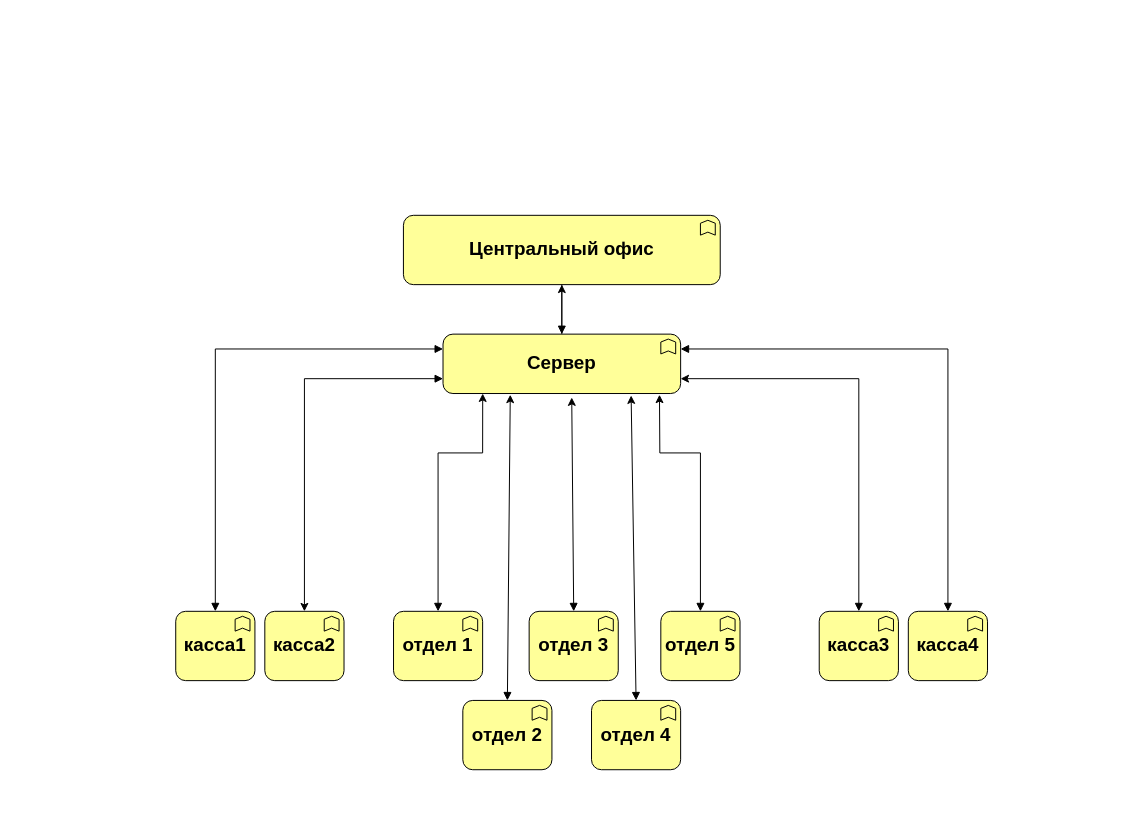
BadMax-Kirov/VKR keeps this draw.io diagram as Архитектура Компов.drawio. Above is the earlier version. Source tidied: cells renumbered, new cells numbered last; positions are measured from the earlier drawing's top-left corner, leaving out a move shared by most shapes. Both pictures are drawn from the tidied source at 99%, with x=0, y=0 at pixel (175, 215).
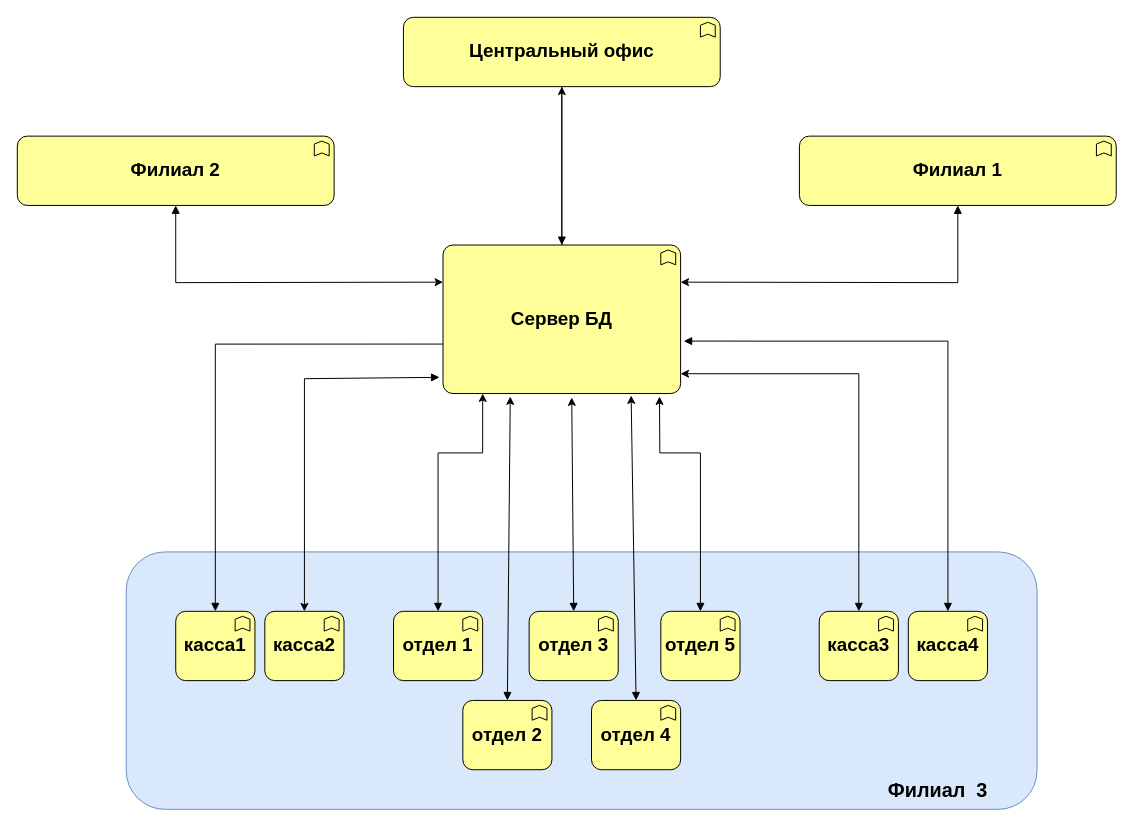
After the change.

Unchanged cells that the change refers to:
```xml
<mxCell id="5" value="&lt;font style=&quot;font-size: 19px&quot;&gt;&lt;b&gt;касса1&lt;br&gt;&lt;/b&gt;&lt;/font&gt;" style="html=1;whiteSpace=wrap;fillColor=#ffff99;shape=mxgraph.archimate3.application;appType=func;archiType=rounded;fontSize=14;" parent="1" vertex="1">
  <mxGeometry y="400" width="80" height="70" as="geometry" />
</mxCell>
<mxCell id="6" value="&lt;font style=&quot;font-size: 19px&quot;&gt;&lt;b&gt;касса2&lt;br&gt;&lt;/b&gt;&lt;/font&gt;" style="html=1;whiteSpace=wrap;fillColor=#ffff99;shape=mxgraph.archimate3.application;appType=func;archiType=rounded;fontSize=14;" parent="1" vertex="1">
  <mxGeometry x="90" y="400" width="80" height="70" as="geometry" />
</mxCell>
<mxCell id="15" value="&lt;font style=&quot;font-size: 19px&quot;&gt;&lt;b&gt;касса3&lt;br&gt;&lt;/b&gt;&lt;/font&gt;" style="html=1;whiteSpace=wrap;fillColor=#ffff99;shape=mxgraph.archimate3.application;appType=func;archiType=rounded;fontSize=14;" parent="1" vertex="1">
  <mxGeometry x="650" y="400" width="80" height="70" as="geometry" />
</mxCell>
<mxCell id="16" value="&lt;font style=&quot;font-size: 19px&quot;&gt;&lt;b&gt;касса4&lt;br&gt;&lt;/b&gt;&lt;/font&gt;" style="html=1;whiteSpace=wrap;fillColor=#ffff99;shape=mxgraph.archimate3.application;appType=func;archiType=rounded;fontSize=14;" parent="1" vertex="1">
  <mxGeometry x="740" y="400" width="80" height="70" as="geometry" />
</mxCell>
```

What changed in the source:
```diff
@@
+    <mxCell id="24" style="rounded=1;whiteSpace=wrap;html=1;fillColor=#dae8fc;strokeColor=#6c8ebf;" parent="1" vertex="1">
+      <mxGeometry x="-50" y="340" width="920" height="260" as="geometry" />
+    </mxCell>
@@
-    <mxCell id="3" style="edgeStyle=orthogonalEdgeStyle;rounded=0;jettySize=auto;html=1;endArrow=block;endFill=1;startArrow=block;startFill=1;exitX=0;exitY=0.25;exitDx=0;exitDy=0;exitPerimeter=0;" parent="1" edge="1" source="4" target="5">
+    <mxCell id="3" style="edgeStyle=orthogonalEdgeStyle;rounded=0;jettySize=auto;html=1;endArrow=block;endFill=1;startArrow=block;startFill=1;exitX=0.042;exitY=0.667;exitDx=0;exitDy=0;exitPerimeter=0;" parent="1" edge="1" source="4" target="5">
       <mxGeometry relative="1" as="geometry" />
     </mxCell>
-    <mxCell id="4" value="&lt;font style=&quot;font-size: 19px&quot;&gt;&lt;b&gt;Сервер&lt;br&gt;&lt;/b&gt;&lt;/font&gt;" style="html=1;whiteSpace=wrap;fillColor=#ffff99;shape=mxgraph.archimate3.application;appType=func;archiType=rounded;fontSize=14;" parent="1" vertex="1">
-      <mxGeometry x="270" y="120" width="240" height="60" as="geometry" />
+    <mxCell id="4" value="&lt;font style=&quot;font-size: 19px&quot;&gt;&lt;b&gt;Сервер БД&lt;br&gt;&lt;/b&gt;&lt;/font&gt;" style="html=1;whiteSpace=wrap;fillColor=#ffff99;shape=mxgraph.archimate3.application;appType=func;archiType=rounded;fontSize=14;" parent="1" vertex="1">
+      <mxGeometry x="270" y="30" width="240" height="150" as="geometry" />
     </mxCell>
@@
     <mxCell id="12" value="&lt;font style=&quot;font-size: 19px&quot;&gt;&lt;b&gt;Центральный офис&lt;br&gt;&lt;/b&gt;&lt;/font&gt;" style="html=1;whiteSpace=wrap;fillColor=#ffff99;shape=mxgraph.archimate3.application;appType=func;archiType=rounded;fontSize=14;" parent="1" vertex="1">
-      <mxGeometry x="230" width="320" height="70" as="geometry" />
+      <mxGeometry x="230" y="-200" width="320" height="70" as="geometry" />
     </mxCell>
@@
-    <mxCell id="14" style="endArrow=classic;html=1;rounded=0;startArrow=block;startFill=1;entryX=0.5;entryY=0;entryDx=0;entryDy=0;entryPerimeter=0;exitX=0;exitY=0.75;exitDx=0;exitDy=0;exitPerimeter=0;" parent="1" edge="1" source="4" target="6">
+    <mxCell id="14" style="endArrow=classic;html=1;rounded=0;startArrow=block;startFill=1;entryX=0.5;entryY=0;entryDx=0;entryDy=0;entryPerimeter=0;exitX=-0.015;exitY=0.891;exitDx=0;exitDy=0;exitPerimeter=0;" parent="1" edge="1" source="4" target="6">
       <mxGeometry relative="1" as="geometry">
         <Array as="points">
           <mxPoint x="130" y="165" />
         </Array>
       </mxGeometry>
     </mxCell>
@@
-    <mxCell id="22" style="endArrow=classic;html=1;exitX=0.5;exitY=0;exitDx=0;exitDy=0;exitPerimeter=0;entryX=1;entryY=0.75;entryDx=0;entryDy=0;entryPerimeter=0;startArrow=block;startFill=1;rounded=0;" parent="1" edge="1" source="15" target="4">
+    <mxCell id="22" style="endArrow=classic;html=1;exitX=0.5;exitY=0;exitDx=0;exitDy=0;exitPerimeter=0;startArrow=block;startFill=1;rounded=0;" parent="1" edge="1" source="15">
       <mxGeometry relative="1" as="geometry">
+        <mxPoint x="510" y="160" as="targetPoint" />
         <Array as="points">
-          <mxPoint x="690" y="165" />
+          <mxPoint x="690" y="160" />
         </Array>
       </mxGeometry>
     </mxCell>
-    <mxCell id="23" style="edgeStyle=orthogonalEdgeStyle;rounded=0;jettySize=auto;html=1;endArrow=block;endFill=1;startArrow=block;startFill=1;exitX=1;exitY=0.25;exitDx=0;exitDy=0;exitPerimeter=0;entryX=0.5;entryY=0;entryDx=0;entryDy=0;entryPerimeter=0;" parent="1" edge="1" source="4" target="16">
+    <mxCell id="23" style="edgeStyle=orthogonalEdgeStyle;rounded=0;jettySize=auto;html=1;endArrow=block;endFill=1;startArrow=block;startFill=1;exitX=1.013;exitY=0.647;exitDx=0;exitDy=0;exitPerimeter=0;entryX=0.5;entryY=0;entryDx=0;entryDy=0;entryPerimeter=0;" parent="1" edge="1" source="4" target="16">
       <mxGeometry relative="1" as="geometry" />
     </mxCell>
+    <mxCell id="25" value="&lt;font style=&quot;font-size: 19px&quot;&gt;&lt;b&gt;Филиал 1&lt;br&gt;&lt;/b&gt;&lt;/font&gt;" style="html=1;whiteSpace=wrap;fillColor=#ffff99;shape=mxgraph.archimate3.application;appType=func;archiType=rounded;fontSize=14;" parent="1" vertex="1">
+      <mxGeometry x="630" y="-80" width="320" height="70" as="geometry" />
+    </mxCell>
+    <mxCell id="26" value="&lt;font style=&quot;font-size: 19px&quot;&gt;&lt;b&gt;Филиал 2&lt;br&gt;&lt;/b&gt;&lt;/font&gt;" style="html=1;whiteSpace=wrap;fillColor=#ffff99;shape=mxgraph.archimate3.application;appType=func;archiType=rounded;fontSize=14;" parent="1" vertex="1">
+      <mxGeometry x="-160" y="-80" width="320" height="70" as="geometry" />
+    </mxCell>
+    <mxCell id="27" style="endArrow=classic;html=1;exitX=0.5;exitY=1;exitDx=0;exitDy=0;exitPerimeter=0;entryX=0;entryY=0.25;entryDx=0;entryDy=0;entryPerimeter=0;rounded=0;startArrow=block;startFill=1;" parent="1" edge="1" source="26" target="4">
+      <mxGeometry relative="1" as="geometry">
+        <Array as="points">
+          <mxPoint y="68" />
+        </Array>
+      </mxGeometry>
+    </mxCell>
+    <mxCell id="28" style="endArrow=classic;html=1;exitX=0.5;exitY=1;exitDx=0;exitDy=0;exitPerimeter=0;entryX=1;entryY=0.25;entryDx=0;entryDy=0;entryPerimeter=0;rounded=0;startArrow=block;startFill=1;" parent="1" edge="1" source="25" target="4">
+      <mxGeometry relative="1" as="geometry">
+        <Array as="points">
+          <mxPoint x="790" y="68" />
+        </Array>
+      </mxGeometry>
+    </mxCell>
+    <mxCell id="29" value="&lt;b&gt;&lt;font style=&quot;font-size: 20px&quot;&gt;Филиал&amp;nbsp; 3&lt;/font&gt;&lt;/b&gt;" style="text;html=1;strokeColor=none;fillColor=none;align=center;verticalAlign=middle;whiteSpace=wrap;rounded=0;" parent="1" vertex="1">
+      <mxGeometry x="700" y="570" width="140" height="20" as="geometry" />
+    </mxCell>
```
